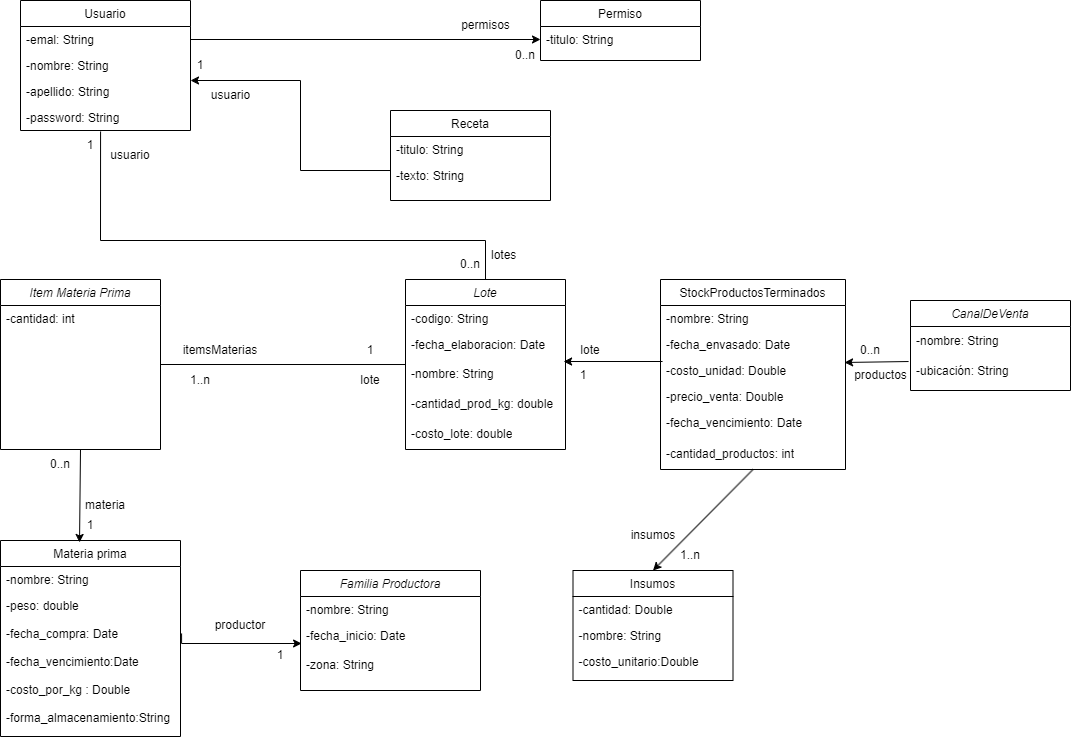
federicoherce/jyaa2024_grupo9 keeps this draw.io diagram as EsquemaClasesJyAA.png. Above is the earlier version. Source tidied: cells renumbered, new cells last; positions are measured from the earlier drawing's top-left corner, leaving out a move shared by most shapes.
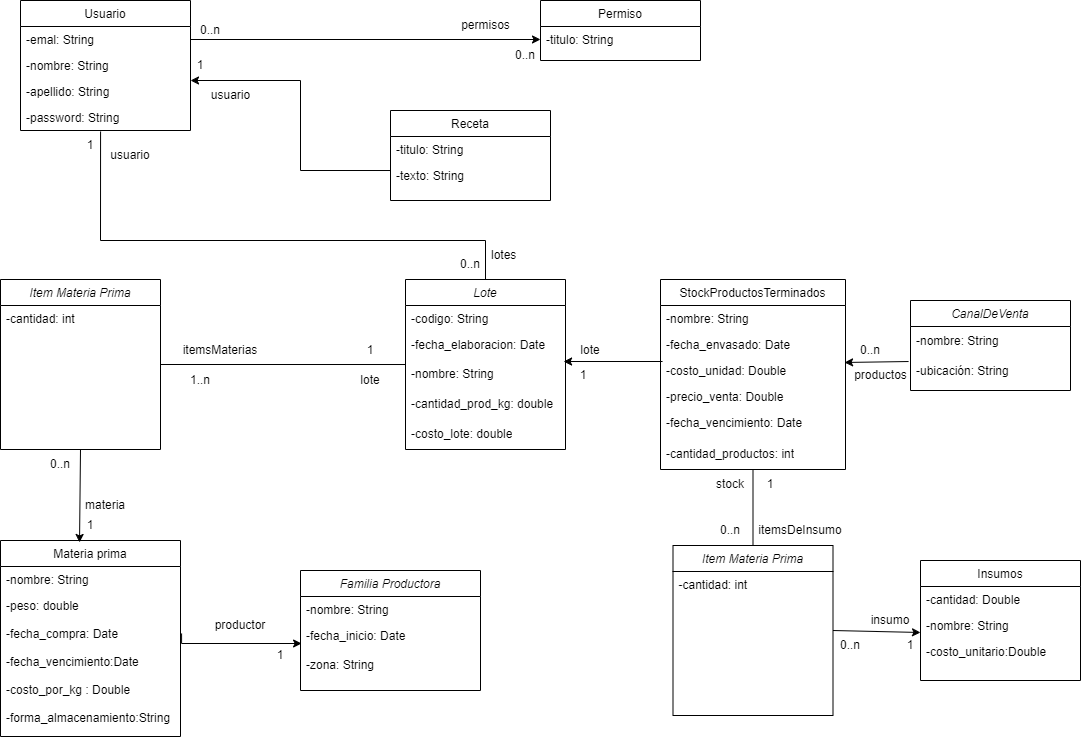
After the commit.

Commit message:
nueva relacion insumos

Diff of the diagram source:
```diff
@@ -96,7 +96,7 @@
       <mxGeometry y="56" width="160" height="30" as="geometry" />
     </mxCell>
     <mxCell id="33" value="Insumos" style="swimlane;fontStyle=0;align=center;verticalAlign=top;horizontal=1;startSize=26;rounded=0;shadow=0;strokeWidth=1;" parent="1" vertex="1">
-      <mxGeometry x="572.5" y="570" width="160" height="110" as="geometry" />
+      <mxGeometry x="920" y="560" width="160" height="120" as="geometry" />
     </mxCell>
     <mxCell id="34" value="-cantidad: Double" style="text;align=left;verticalAlign=top;spacingLeft=4;spacingRight=4;overflow=hidden;" parent="33" vertex="1">
       <mxGeometry y="26" width="160" height="26" as="geometry" />
@@ -130,7 +130,7 @@
     <mxCell id="42" style="edgeStyle=orthogonalEdgeStyle;rounded=0;jettySize=auto;html=1;exitX=0.011;exitY=0.154;exitDx=0;exitDy=0;exitPerimeter=0;entryX=0.988;entryY=0.067;entryDx=0;entryDy=0;entryPerimeter=0;" parent="1" edge="1" source="20" target="27">
       <mxGeometry relative="1" as="geometry" />
     </mxCell>
-    <mxCell id="43" style="endArrow=classic;html=1;rounded=0;entryX=0.5;entryY=0;entryDx=0;entryDy=0;exitX=0.5;exitY=1;exitDx=0;exitDy=0;" parent="1" edge="1" source="17" target="33">
+    <mxCell id="43" style="endArrow=none;html=1;rounded=0;entryX=0.5;entryY=0;entryDx=0;entryDy=0;exitX=0.5;exitY=1;exitDx=0;exitDy=0;endFill=0;" parent="1" edge="1" source="17" target="73">
       <mxGeometry relative="1" as="geometry" />
     </mxCell>
     <mxCell id="44" value="lote" style="text;html=1;align=center;verticalAlign=middle;whiteSpace=wrap;rounded=0;" parent="1" vertex="1">
@@ -157,8 +157,8 @@
     <mxCell id="51" value="1..n" style="text;html=1;align=center;verticalAlign=middle;whiteSpace=wrap;rounded=0;" parent="1" vertex="1">
       <mxGeometry x="660" y="540" width="60" height="30" as="geometry" />
     </mxCell>
-    <mxCell id="52" value="insumos" style="text;html=1;align=center;verticalAlign=middle;whiteSpace=wrap;rounded=0;" parent="1" vertex="1">
-      <mxGeometry x="622.5" y="520" width="60" height="30" as="geometry" />
+    <mxCell id="52" value="itemsDeInsumo" style="text;html=1;align=center;verticalAlign=middle;whiteSpace=wrap;rounded=0;" parent="1" vertex="1">
+      <mxGeometry x="770" y="515" width="60" height="30" as="geometry" />
     </mxCell>
     <mxCell id="53" value="1" style="text;html=1;align=center;verticalAlign=middle;whiteSpace=wrap;rounded=0;" parent="1" vertex="1">
       <mxGeometry x="572.5" y="360" width="20" height="30" as="geometry" />
@@ -229,5 +229,35 @@
     <mxCell id="72" value="1" style="text;html=1;align=center;verticalAlign=middle;whiteSpace=wrap;rounded=0;" parent="1" vertex="1">
       <mxGeometry x="80" y="130" width="20" height="30" as="geometry" />
     </mxCell>
+    <mxCell id="73" value="Item Materia Prima" style="swimlane;fontStyle=2;align=center;verticalAlign=top;horizontal=1;startSize=26;rounded=0;shadow=0;strokeWidth=1;" parent="1" vertex="1">
+      <mxGeometry x="672.5" y="545" width="160" height="170" as="geometry" />
+    </mxCell>
+    <mxCell id="74" value="-cantidad: int" style="text;align=left;verticalAlign=top;spacingLeft=4;spacingRight=4;overflow=hidden;" parent="73" vertex="1">
+      <mxGeometry y="26" width="160" height="26" as="geometry" />
+    </mxCell>
+    <mxCell id="75" value="0..n" style="text;html=1;align=center;verticalAlign=middle;whiteSpace=wrap;rounded=0;" parent="1" vertex="1">
+      <mxGeometry x="700" y="515" width="60" height="30" as="geometry" />
+    </mxCell>
+    <mxCell id="76" value="stock" style="text;html=1;align=center;verticalAlign=middle;whiteSpace=wrap;rounded=0;" parent="1" vertex="1">
+      <mxGeometry x="700" y="469" width="60" height="30" as="geometry" />
+    </mxCell>
+    <mxCell id="77" value="1" style="text;html=1;align=center;verticalAlign=middle;whiteSpace=wrap;rounded=0;" parent="1" vertex="1">
+      <mxGeometry x="740" y="469" width="60" height="30" as="geometry" />
+    </mxCell>
+    <mxCell id="78" style="endArrow=none;html=1;rounded=0;exitX=0;exitY=0.769;exitDx=0;exitDy=0;entryX=1;entryY=0.5;entryDx=0;entryDy=0;exitPerimeter=0;startArrow=classic;startFill=1;" parent="1" edge="1" source="35" target="73">
+      <mxGeometry relative="1" as="geometry" />
+    </mxCell>
+    <mxCell id="79" value="insumo" style="text;html=1;align=center;verticalAlign=middle;whiteSpace=wrap;rounded=0;" parent="1" vertex="1">
+      <mxGeometry x="860" y="605" width="60" height="30" as="geometry" />
+    </mxCell>
+    <mxCell id="80" value="1" style="text;html=1;align=center;verticalAlign=middle;whiteSpace=wrap;rounded=0;" parent="1" vertex="1">
+      <mxGeometry x="880" y="630" width="60" height="30" as="geometry" />
+    </mxCell>
+    <mxCell id="81" value="0..n" style="text;html=1;align=center;verticalAlign=middle;whiteSpace=wrap;rounded=0;" parent="1" vertex="1">
+      <mxGeometry x="820" y="630" width="60" height="30" as="geometry" />
+    </mxCell>
+    <mxCell id="82" value="0..n" style="text;html=1;align=center;verticalAlign=middle;whiteSpace=wrap;rounded=0;" parent="1" vertex="1">
+      <mxGeometry x="180" y="15" width="60" height="30" as="geometry" />
+    </mxCell>
   </root>
 </mxGraphModel>
```
